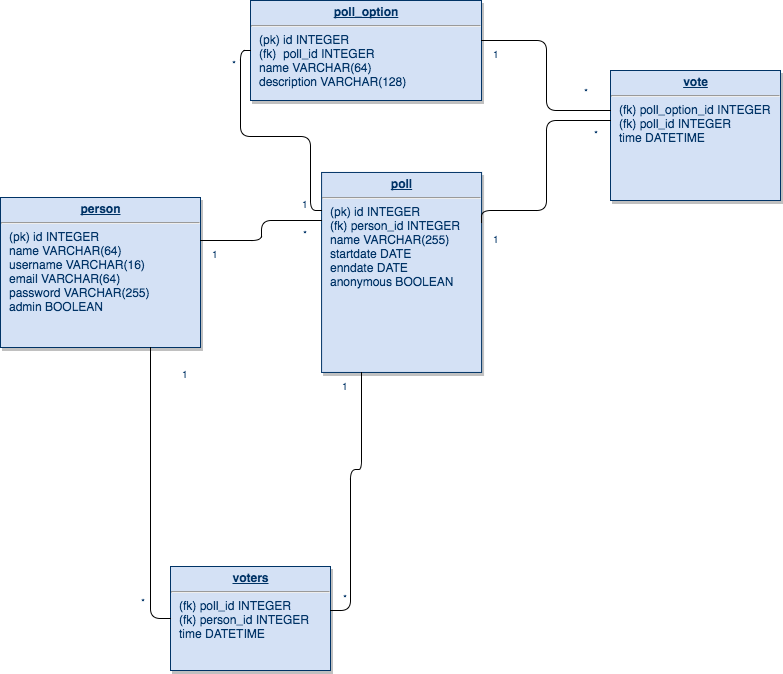
Above: doc/Relaatiotietokantakaavio.png in rrrkkk/Tsoha-Bootstrap (draw.io), before the change. Source tidied: cells renumbered, new cells last; positions are measured from the earlier drawing's top-left corner, leaving out a move shared by most shapes.
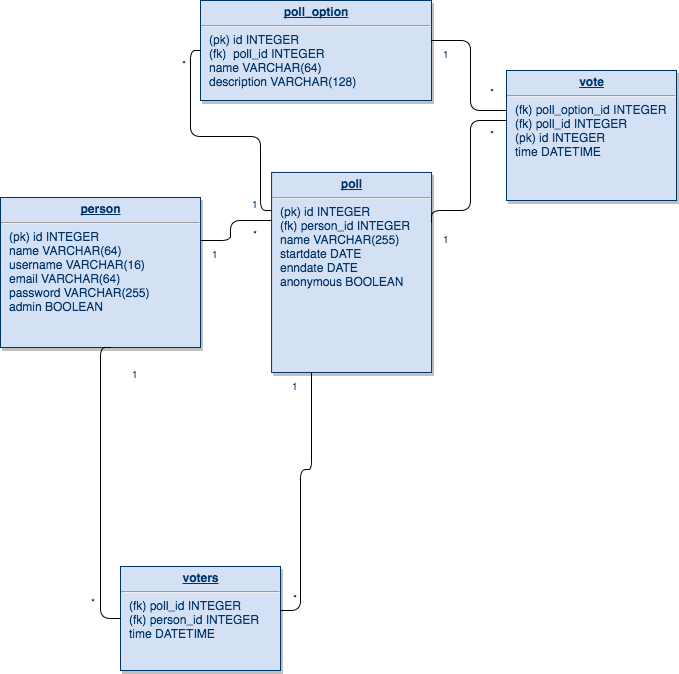
The same diagram one commit later.

What changed in the source:
```diff
@@ -2,14 +2,14 @@
   <root>
     <mxCell id="0" style="html=1;" />
     <mxCell id="1" style="html=1;" parent="0" />
-    <mxCell id="2" value="&lt;p style=&quot;margin: 0px ; margin-top: 4px ; text-align: center ; text-decoration: underline&quot;&gt;&lt;b&gt;vote&lt;/b&gt;&lt;/p&gt;&lt;hr&gt;&lt;p style=&quot;margin: 0px ; margin-left: 8px&quot;&gt;(fk) poll_option_id INTEGER&lt;/p&gt;&lt;p style=&quot;margin: 0px ; margin-left: 8px&quot;&gt;(fk) poll_id INTEGER&lt;/p&gt;&lt;p style=&quot;margin: 0px ; margin-left: 8px&quot;&gt;time DATETIME&lt;/p&gt;" style="verticalAlign=top;align=left;overflow=fill;fontSize=12;fontFamily=Helvetica;html=1;strokeColor=#003366;shadow=1;fillColor=#D4E1F5;fontColor=#003366;" parent="1" vertex="1">
-      <mxGeometry x="610" y="70" width="170" height="130" as="geometry" />
+    <mxCell id="2" value="&lt;p style=&quot;margin: 0px ; margin-top: 4px ; text-align: center ; text-decoration: underline&quot;&gt;&lt;b&gt;vote&lt;/b&gt;&lt;/p&gt;&lt;hr&gt;&lt;p style=&quot;margin: 0px ; margin-left: 8px&quot;&gt;(fk) poll_option_id INTEGER&lt;/p&gt;&lt;p style=&quot;margin: 0px ; margin-left: 8px&quot;&gt;(fk) poll_id INTEGER&lt;/p&gt;&lt;p style=&quot;margin: 0px ; margin-left: 8px&quot;&gt;(pk) id INTEGER&lt;/p&gt;&lt;p style=&quot;margin: 0px ; margin-left: 8px&quot;&gt;time DATETIME&lt;/p&gt;" style="verticalAlign=top;align=left;overflow=fill;fontSize=12;fontFamily=Helvetica;html=1;strokeColor=#003366;shadow=1;fillColor=#D4E1F5;fontColor=#003366;" parent="1" vertex="1">
+      <mxGeometry x="556" y="70" width="170" height="130" as="geometry" />
     </mxCell>
     <mxCell id="3" value="&lt;p style=&quot;margin: 0px ; margin-top: 4px ; text-align: center ; text-decoration: underline&quot;&gt;&lt;b&gt;poll_option&lt;/b&gt;&lt;/p&gt;&lt;hr&gt;&lt;p style=&quot;margin: 0px ; margin-left: 8px&quot;&gt;(pk) id INTEGER&lt;/p&gt;&lt;p style=&quot;margin: 0px ; margin-left: 8px&quot;&gt;(fk) &amp;nbsp;poll_id INTEGER&lt;/p&gt;&lt;p style=&quot;margin: 0px ; margin-left: 8px&quot;&gt;name VARCHAR(64)&lt;/p&gt;&lt;p style=&quot;margin: 0px ; margin-left: 8px&quot;&gt;description VARCHAR(128)&lt;/p&gt;" style="verticalAlign=top;align=left;overflow=fill;fontSize=12;fontFamily=Helvetica;html=1;strokeColor=#003366;shadow=1;fillColor=#D4E1F5;fontColor=#003366;" parent="1" vertex="1">
       <mxGeometry x="250" width="231" height="100" as="geometry" />
     </mxCell>
     <mxCell id="4" value="&lt;p style=&quot;margin: 0px ; margin-top: 4px ; text-align: center ; text-decoration: underline&quot;&gt;&lt;b&gt;person&lt;/b&gt;&lt;/p&gt;&lt;hr&gt;&lt;p style=&quot;margin: 0px ; margin-left: 8px&quot;&gt;(pk) id INTEGER&lt;/p&gt;&lt;p style=&quot;margin: 0px ; margin-left: 8px&quot;&gt;name VARCHAR(64)&lt;/p&gt;&lt;p style=&quot;margin: 0px ; margin-left: 8px&quot;&gt;username VARCHAR(16)&lt;/p&gt;&lt;p style=&quot;margin: 0px ; margin-left: 8px&quot;&gt;email VARCHAR(64)&lt;/p&gt;&lt;p style=&quot;margin: 0px ; margin-left: 8px&quot;&gt;password VARCHAR(255)&lt;/p&gt;&lt;p style=&quot;margin: 0px ; margin-left: 8px&quot;&gt;admin BOOLEAN&lt;/p&gt;&lt;p style=&quot;margin: 0px ; margin-left: 8px&quot;&gt;&lt;br&gt;&lt;/p&gt;&lt;p style=&quot;margin: 0px ; margin-left: 8px&quot;&gt;&lt;br&gt;&lt;/p&gt;" style="verticalAlign=top;align=left;overflow=fill;fontSize=12;fontFamily=Helvetica;html=1;strokeColor=#003366;shadow=1;fillColor=#D4E1F5;fontColor=#003366;" parent="1" vertex="1">
-      <mxGeometry y="197" width="200" height="150" as="geometry" />
+      <mxGeometry x="50" y="197" width="200" height="150" as="geometry" />
     </mxCell>
     <mxCell id="5" value="&lt;p style=&quot;margin: 0px ; margin-top: 4px ; text-align: center ; text-decoration: underline&quot;&gt;&lt;b&gt;poll&lt;/b&gt;&lt;/p&gt;&lt;hr&gt;&lt;p style=&quot;margin: 0px ; margin-left: 8px&quot;&gt;&lt;span&gt;(pk) id INTEGER&lt;/span&gt;&lt;/p&gt;&lt;p style=&quot;margin: 0px ; margin-left: 8px&quot;&gt;&lt;span&gt;(fk) person_id INTEGER&lt;/span&gt;&lt;/p&gt;&lt;p style=&quot;margin: 0px ; margin-left: 8px&quot;&gt;&lt;span&gt;name VARCHAR(255)&lt;/span&gt;&lt;/p&gt;&lt;p style=&quot;margin: 0px ; margin-left: 8px&quot;&gt;startdate DATE&lt;/p&gt;&lt;p style=&quot;margin: 0px ; margin-left: 8px&quot;&gt;enndate DATE&lt;/p&gt;&lt;p style=&quot;margin: 0px ; margin-left: 8px&quot;&gt;anonymous BOOLEAN&lt;/p&gt;" style="verticalAlign=top;align=left;overflow=fill;fontSize=12;fontFamily=Helvetica;html=1;strokeColor=#003366;shadow=1;fillColor=#D4E1F5;fontColor=#003366;" parent="1" vertex="1">
       <mxGeometry x="321.1" y="172" width="160" height="200" as="geometry" />
@@ -21,8 +21,8 @@
       <mxGeometry x="769.4" y="450" as="geometry">
         <Array as="points">
           <mxPoint x="481" y="210" />
-          <mxPoint x="546" y="210" />
-          <mxPoint x="546" y="120" />
+          <mxPoint x="520" y="210" />
+          <mxPoint x="520" y="120" />
         </Array>
       </mxGeometry>
     </mxCell>
@@ -39,8 +39,8 @@
     <mxCell id="10" style="endArrow=none;endSize=12;startArrow=none;startSize=14;startFill=0;edgeStyle=orthogonalEdgeStyle;rounded=1;html=1;endFill=0;" parent="1" edge="1" source="3" target="2">
       <mxGeometry x="519.4" y="180" as="geometry">
         <Array as="points">
-          <mxPoint x="546" y="40" />
-          <mxPoint x="546" y="110" />
+          <mxPoint x="520" y="40" />
+          <mxPoint x="520" y="110" />
         </Array>
       </mxGeometry>
     </mxCell>
@@ -91,8 +91,8 @@
     <mxCell id="18" style="endArrow=none;endSize=12;startArrow=none;startSize=14;startFill=0;edgeStyle=orthogonalEdgeStyle;html=1;endFill=0;" parent="1" edge="1" source="5" target="4">
       <mxGeometry x="369.4" y="360" as="geometry">
         <Array as="points">
-          <mxPoint x="261" y="220" />
-          <mxPoint x="261" y="240" />
+          <mxPoint x="280" y="220" />
+          <mxPoint x="280" y="240" />
         </Array>
       </mxGeometry>
     </mxCell>
@@ -106,8 +106,9 @@
         <mxPoint x="20" as="offset" />
       </mxGeometry>
     </mxCell>
-    <mxCell id="21" style="edgeStyle=orthogonalEdgeStyle;rounded=1;html=1;exitX=0.75;exitY=1;startArrow=none;startFill=0;endArrow=none;endFill=0;jettySize=auto;strokeColor=#000000;entryX=0;entryY=0.5;" parent="1" edge="1" source="4" target="6">
+    <mxCell id="21" style="edgeStyle=orthogonalEdgeStyle;rounded=1;html=1;startArrow=none;startFill=0;endArrow=none;endFill=0;jettySize=auto;strokeColor=#000000;entryX=0;entryY=0.5;" parent="1" edge="1" target="6">
       <mxGeometry relative="1" as="geometry">
+        <mxPoint x="160" y="347" as="sourcePoint" />
         <Array as="points">
           <mxPoint x="150" y="618" />
         </Array>
@@ -124,7 +125,7 @@
       </mxGeometry>
     </mxCell>
     <mxCell id="24" value="*" style="align=right;verticalAlign=top;labelBackgroundColor=#ffffff;fontSize=10;strokeColor=#003366;shadow=1;fillColor=#D4E1F5;fontColor=#003366;html=1;direction=south;" parent="1" vertex="1">
-      <mxGeometry x="600" y="120" as="geometry">
+      <mxGeometry x="556" y="120" as="geometry">
         <mxPoint x="-10" y="-42" as="offset" />
       </mxGeometry>
     </mxCell>
```
